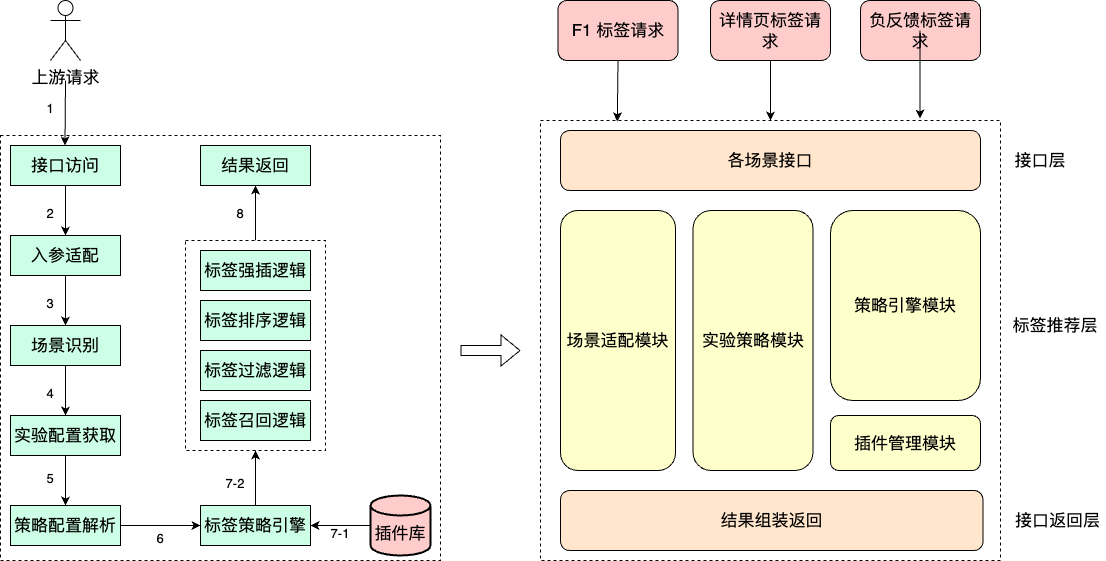
Before: work-draw-file/标签引擎架构图.png, a diagram exported from draw.io (liujunao/draw-data). Source tidied: cells renumbered, new cells last; positions are measured from the earlier drawing's top-left corner, leaving out a move shared by most shapes.
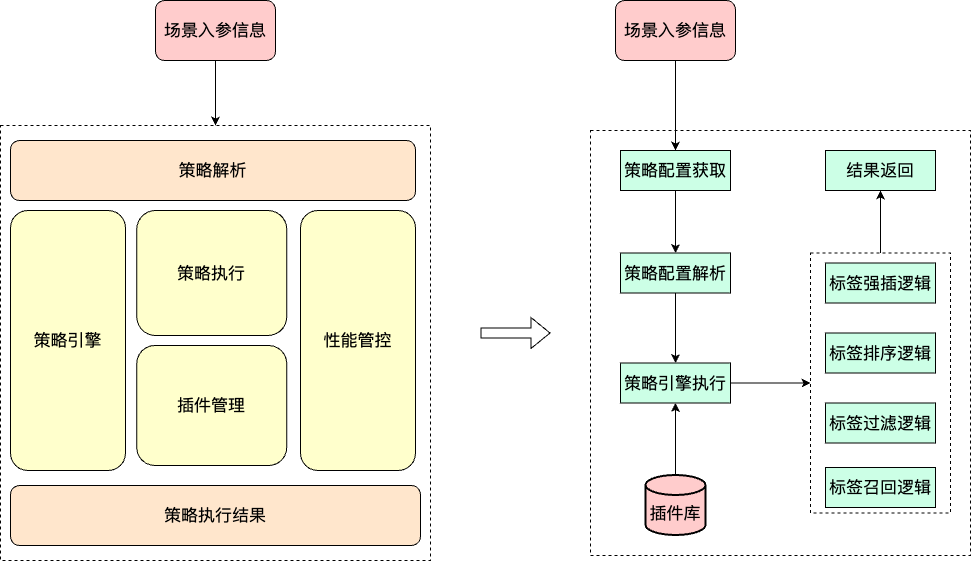
The same file after the commit.

Commit message:
更新标签引擎架构图.png

What changed in the source:
```diff
@@ -3,163 +3,91 @@
     <mxCell id="0" />
     <mxCell id="1" parent="0" />
     <mxCell id="2" style="rounded=0;whiteSpace=wrap;html=1;dashed=1;" parent="1" vertex="1">
-      <mxGeometry y="135" width="440" height="425" as="geometry" />
+      <mxGeometry x="310" y="90" width="380" height="425" as="geometry" />
     </mxCell>
     <mxCell id="3" style="edgeStyle=orthogonalEdgeStyle;rounded=0;jettySize=auto;html=1;exitX=0.5;exitY=0;exitDx=0;exitDy=0;entryX=0.5;entryY=1;entryDx=0;entryDy=0;" parent="1" edge="1" source="4" target="34">
       <mxGeometry relative="1" as="geometry" />
     </mxCell>
     <mxCell id="4" style="rounded=0;whiteSpace=wrap;html=1;dashed=1;" parent="1" vertex="1">
-      <mxGeometry x="185" y="240" width="140" height="210" as="geometry" />
+      <mxGeometry x="530" y="212.5" width="140" height="260" as="geometry" />
     </mxCell>
     <mxCell id="5" style="rounded=0;whiteSpace=wrap;html=1;dashed=1;" parent="1" vertex="1">
-      <mxGeometry x="540" y="120" width="460" height="440" as="geometry" />
+      <mxGeometry x="-280" y="85" width="430" height="435" as="geometry" />
     </mxCell>
+    <mxCell id="14" style="edgeStyle=orthogonalEdgeStyle;rounded=0;jettySize=auto;html=1;exitX=0.5;exitY=1;exitDx=0;exitDy=0;entryX=0.5;entryY=0;entryDx=0;entryDy=0;" parent="1" edge="1" source="6" target="5">
+      <mxGeometry relative="1" as="geometry" />
+    </mxCell>
-    <mxCell id="6" value="&lt;font size=&quot;3&quot;&gt;F1 标签请求&lt;/font&gt;" style="rounded=1;whiteSpace=wrap;html=1;fillColor=#FFCCCC;" parent="1" vertex="1">
-      <mxGeometry x="557.5" width="120" height="60" as="geometry" />
+    <mxCell id="6" value="&lt;font size=&quot;3&quot;&gt;场景入参信息&lt;/font&gt;" style="rounded=1;whiteSpace=wrap;html=1;fillColor=#FFCCCC;" parent="1" vertex="1">
+      <mxGeometry x="-125" y="-40" width="120" height="60" as="geometry" />
     </mxCell>
-    <mxCell id="7" value="&lt;font size=&quot;3&quot;&gt;详情页标签请求&lt;/font&gt;" style="rounded=1;whiteSpace=wrap;html=1;fillColor=#FFCCCC;" parent="1" vertex="1">
-      <mxGeometry x="710" width="120" height="60" as="geometry" />
-    </mxCell>
-    <mxCell id="8" value="&lt;font size=&quot;3&quot;&gt;负反馈标签请求&lt;/font&gt;" style="rounded=1;whiteSpace=wrap;html=1;fillColor=#FFCCCC;" parent="1" vertex="1">
-      <mxGeometry x="860" width="120" height="60" as="geometry" />
-    </mxCell>
-    <mxCell id="9" value="&lt;font size=&quot;3&quot;&gt;场景适配模块&lt;/font&gt;" style="rounded=1;whiteSpace=wrap;html=1;fillColor=#FFFFCC;" parent="1" vertex="1">
-      <mxGeometry x="560" y="210" width="115" height="260" as="geometry" />
+    <mxCell id="9" value="&lt;font size=&quot;3&quot;&gt;策略引擎&lt;/font&gt;" style="rounded=1;whiteSpace=wrap;html=1;fillColor=#FFFFCC;" parent="1" vertex="1">
+      <mxGeometry x="-270" y="170" width="115" height="260" as="geometry" />
     </mxCell>
-    <mxCell id="10" value="&lt;font size=&quot;3&quot;&gt;实验策略模块&lt;/font&gt;" style="rounded=1;whiteSpace=wrap;html=1;fillColor=#FFFFCC;" parent="1" vertex="1">
-      <mxGeometry x="692.5" y="210" width="120" height="260" as="geometry" />
-    </mxCell>
-    <mxCell id="11" value="&lt;font size=&quot;3&quot;&gt;策略引擎模块&lt;/font&gt;" style="rounded=1;whiteSpace=wrap;html=1;fillColor=#FFFFCC;" parent="1" vertex="1">
-      <mxGeometry x="830" y="210" width="150" height="190" as="geometry" />
+    <mxCell id="11" value="&lt;font size=&quot;3&quot;&gt;策略执行&lt;/font&gt;" style="rounded=1;whiteSpace=wrap;html=1;fillColor=#FFFFCC;" parent="1" vertex="1">
+      <mxGeometry x="-143.8" y="170" width="150" height="125" as="geometry" />
     </mxCell>
-    <mxCell id="12" value="&lt;font size=&quot;3&quot;&gt;各场景接口&lt;/font&gt;" style="rounded=1;whiteSpace=wrap;html=1;fillColor=#FFE6CC;" parent="1" vertex="1">
-      <mxGeometry x="560" y="130" width="420" height="60" as="geometry" />
+    <mxCell id="12" value="&lt;font size=&quot;3&quot;&gt;策略解析&lt;/font&gt;" style="rounded=1;whiteSpace=wrap;html=1;fillColor=#FFE6CC;" parent="1" vertex="1">
+      <mxGeometry x="-270" y="100" width="405" height="60" as="geometry" />
     </mxCell>
-    <mxCell id="13" value="&lt;font size=&quot;3&quot;&gt;结果组装返回&lt;/font&gt;" style="rounded=1;whiteSpace=wrap;html=1;fillColor=#FFE6CC;" parent="1" vertex="1">
-      <mxGeometry x="560" y="490" width="422.5" height="60" as="geometry" />
+    <mxCell id="13" value="&lt;font size=&quot;3&quot;&gt;策略执行结果&lt;/font&gt;" style="rounded=1;whiteSpace=wrap;html=1;fillColor=#FFE6CC;" parent="1" vertex="1">
+      <mxGeometry x="-270" y="445" width="410" height="60" as="geometry" />
     </mxCell>
-    <mxCell id="14" style="endArrow=classic;html=1;rounded=0;exitX=0.5;exitY=1;exitDx=0;exitDy=0;entryX=0.167;entryY=0.002;entryDx=0;entryDy=0;entryPerimeter=0;" parent="1" edge="1" source="6" target="5">
-      <mxGeometry relative="1" as="geometry" />
-    </mxCell>
-    <mxCell id="15" style="endArrow=classic;html=1;rounded=0;entryX=0.5;entryY=0;entryDx=0;entryDy=0;" parent="1" edge="1" source="7" target="5">
-      <mxGeometry relative="1" as="geometry" />
-    </mxCell>
-    <mxCell id="16" style="endArrow=classic;html=1;rounded=0;exitX=0.5;exitY=1;exitDx=0;exitDy=0;entryX=0.143;entryY=-0.005;entryDx=0;entryDy=0;entryPerimeter=0;" parent="1" edge="1">
-      <mxGeometry relative="1" as="geometry">
-        <mxPoint x="919.5" y="30" as="sourcePoint" />
-        <mxPoint x="919.5" y="118" as="targetPoint" />
-      </mxGeometry>
-    </mxCell>
-    <mxCell id="17" value="&lt;font size=&quot;3&quot;&gt;接口层&lt;/font&gt;" style="text;html=1;strokeColor=none;fillColor=none;align=center;verticalAlign=middle;whiteSpace=wrap;rounded=0;" parent="1" vertex="1">
-      <mxGeometry x="1010" y="145" width="60" height="30" as="geometry" />
-    </mxCell>
-    <mxCell id="18" value="&lt;font size=&quot;3&quot;&gt;标签推荐层&lt;/font&gt;" style="text;html=1;strokeColor=none;fillColor=none;align=center;verticalAlign=middle;whiteSpace=wrap;rounded=0;" parent="1" vertex="1">
-      <mxGeometry x="1010" y="310" width="90" height="30" as="geometry" />
-    </mxCell>
-    <mxCell id="19" value="&lt;font size=&quot;3&quot;&gt;接口返回层&lt;/font&gt;" style="text;html=1;strokeColor=none;fillColor=none;align=center;verticalAlign=middle;whiteSpace=wrap;rounded=0;" parent="1" vertex="1">
-      <mxGeometry x="1010" y="505" width="95" height="30" as="geometry" />
-    </mxCell>
-    <mxCell id="20" style="edgeStyle=orthogonalEdgeStyle;rounded=0;jettySize=auto;html=1;exitX=0.5;exitY=1;exitDx=0;exitDy=0;" parent="1" edge="1" source="21" target="23">
-      <mxGeometry relative="1" as="geometry" />
-    </mxCell>
-    <mxCell id="21" value="&lt;font size=&quot;3&quot;&gt;接口访问&lt;/font&gt;" style="rounded=0;whiteSpace=wrap;html=1;fillColor=#CCFFE6;" parent="1" vertex="1">
-      <mxGeometry x="10" y="145" width="110" height="40" as="geometry" />
-    </mxCell>
-    <mxCell id="22" style="edgeStyle=orthogonalEdgeStyle;rounded=0;jettySize=auto;html=1;exitX=0.5;exitY=1;exitDx=0;exitDy=0;entryX=0.5;entryY=0;entryDx=0;entryDy=0;" parent="1" edge="1" source="23" target="25">
-      <mxGeometry relative="1" as="geometry" />
-    </mxCell>
-    <mxCell id="23" value="&lt;font size=&quot;3&quot;&gt;入参适配&lt;/font&gt;" style="rounded=0;whiteSpace=wrap;html=1;fillColor=#CCFFE6;" parent="1" vertex="1">
-      <mxGeometry x="10" y="235" width="110" height="40" as="geometry" />
-    </mxCell>
-    <mxCell id="24" style="edgeStyle=orthogonalEdgeStyle;rounded=0;jettySize=auto;html=1;exitX=0.5;exitY=1;exitDx=0;exitDy=0;entryX=0.5;entryY=0;entryDx=0;entryDy=0;" parent="1" edge="1" source="25" target="27">
-      <mxGeometry relative="1" as="geometry" />
-    </mxCell>
-    <mxCell id="25" value="&lt;font size=&quot;3&quot;&gt;场景识别&lt;/font&gt;" style="rounded=0;whiteSpace=wrap;html=1;fillColor=#CCFFE6;" parent="1" vertex="1">
-      <mxGeometry x="10" y="325" width="110" height="40" as="geometry" />
-    </mxCell>
     <mxCell id="26" style="edgeStyle=orthogonalEdgeStyle;rounded=0;jettySize=auto;html=1;exitX=0.5;exitY=1;exitDx=0;exitDy=0;entryX=0.5;entryY=0;entryDx=0;entryDy=0;" parent="1" edge="1" source="27" target="29">
       <mxGeometry relative="1" as="geometry" />
     </mxCell>
-    <mxCell id="27" value="&lt;font size=&quot;3&quot;&gt;实验配置获取&lt;/font&gt;" style="rounded=0;whiteSpace=wrap;html=1;fillColor=#CCFFE6;" parent="1" vertex="1">
-      <mxGeometry x="10" y="415" width="110" height="40" as="geometry" />
+    <mxCell id="27" value="&lt;font size=&quot;3&quot;&gt;策略配置获取&lt;/font&gt;" style="rounded=0;whiteSpace=wrap;html=1;fillColor=#CCFFE6;" parent="1" vertex="1">
+      <mxGeometry x="340" y="110" width="110" height="40" as="geometry" />
     </mxCell>
-    <mxCell id="28" style="edgeStyle=orthogonalEdgeStyle;rounded=0;jettySize=auto;html=1;exitX=1;exitY=0.5;exitDx=0;exitDy=0;entryX=0;entryY=0.5;entryDx=0;entryDy=0;" parent="1" edge="1" source="29" target="45">
+    <mxCell id="28" style="edgeStyle=orthogonalEdgeStyle;rounded=0;jettySize=auto;html=1;exitX=0.5;exitY=1;exitDx=0;exitDy=0;" parent="1" edge="1" source="29" target="45">
       <mxGeometry relative="1" as="geometry" />
     </mxCell>
     <mxCell id="29" value="&lt;font size=&quot;3&quot;&gt;策略配置解析&lt;/font&gt;" style="rounded=0;whiteSpace=wrap;html=1;fillColor=#CCFFE6;" parent="1" vertex="1">
-      <mxGeometry x="10" y="505" width="110" height="40" as="geometry" />
+      <mxGeometry x="340" y="212.5" width="110" height="40" as="geometry" />
     </mxCell>
     <mxCell id="30" value="&lt;font size=&quot;3&quot;&gt;标签召回逻辑&lt;/font&gt;" style="rounded=0;whiteSpace=wrap;html=1;fillColor=#CCFFE6;" parent="1" vertex="1">
-      <mxGeometry x="200" y="400" width="110" height="40" as="geometry" />
+      <mxGeometry x="545" y="427" width="110" height="40" as="geometry" />
     </mxCell>
     <mxCell id="31" value="&lt;font size=&quot;3&quot;&gt;标签过滤逻辑&lt;/font&gt;" style="rounded=0;whiteSpace=wrap;html=1;fillColor=#CCFFE6;" parent="1" vertex="1">
-      <mxGeometry x="200" y="350" width="110" height="40" as="geometry" />
+      <mxGeometry x="545" y="362.5" width="110" height="40" as="geometry" />
     </mxCell>
     <mxCell id="32" value="&lt;font size=&quot;3&quot;&gt;标签排序逻辑&lt;/font&gt;" style="rounded=0;whiteSpace=wrap;html=1;fillColor=#CCFFE6;" parent="1" vertex="1">
-      <mxGeometry x="200" y="300" width="110" height="40" as="geometry" />
+      <mxGeometry x="545" y="292.5" width="110" height="40" as="geometry" />
     </mxCell>
     <mxCell id="33" value="&lt;font size=&quot;3&quot;&gt;标签强插逻辑&lt;/font&gt;" style="rounded=0;whiteSpace=wrap;html=1;fillColor=#CCFFE6;" parent="1" vertex="1">
-      <mxGeometry x="200" y="250" width="110" height="40" as="geometry" />
+      <mxGeometry x="545" y="222.5" width="110" height="40" as="geometry" />
     </mxCell>
     <mxCell id="34" value="&lt;font size=&quot;3&quot;&gt;结果返回&lt;/font&gt;" style="rounded=0;whiteSpace=wrap;html=1;fillColor=#CCFFE6;" parent="1" vertex="1">
-      <mxGeometry x="200" y="145" width="110" height="40" as="geometry" />
+      <mxGeometry x="545" y="110" width="110" height="40" as="geometry" />
     </mxCell>
-    <mxCell id="35" value="&lt;font style=&quot;font-size: 17px;&quot;&gt;上游请求&lt;/font&gt;" style="shape=umlActor;verticalLabelPosition=bottom;verticalAlign=top;html=1;" parent="1" vertex="1">
-      <mxGeometry x="50" width="30" height="60" as="geometry" />
-    </mxCell>
-    <mxCell id="36" style="endArrow=classic;html=1;rounded=0;" parent="1" edge="1">
-      <mxGeometry relative="1" as="geometry">
-        <mxPoint x="65" y="80" as="sourcePoint" />
-        <mxPoint x="64.5" y="145" as="targetPoint" />
-      </mxGeometry>
-    </mxCell>
-    <mxCell id="37" value="1" style="text;html=1;strokeColor=none;fillColor=none;align=center;verticalAlign=middle;whiteSpace=wrap;rounded=0;" parent="1" vertex="1">
-      <mxGeometry x="40" y="95" width="20" height="25" as="geometry" />
-    </mxCell>
-    <mxCell id="38" value="2" style="text;html=1;strokeColor=none;fillColor=none;align=center;verticalAlign=middle;whiteSpace=wrap;rounded=0;" parent="1" vertex="1">
-      <mxGeometry x="40" y="200" width="20" height="25" as="geometry" />
-    </mxCell>
-    <mxCell id="39" value="3" style="text;html=1;strokeColor=none;fillColor=none;align=center;verticalAlign=middle;whiteSpace=wrap;rounded=0;" parent="1" vertex="1">
-      <mxGeometry x="40" y="290" width="20" height="25" as="geometry" />
-    </mxCell>
-    <mxCell id="40" value="4" style="text;html=1;strokeColor=none;fillColor=none;align=center;verticalAlign=middle;whiteSpace=wrap;rounded=0;" parent="1" vertex="1">
-      <mxGeometry x="40" y="380" width="20" height="25" as="geometry" />
-    </mxCell>
-    <mxCell id="41" value="5" style="text;html=1;strokeColor=none;fillColor=none;align=center;verticalAlign=middle;whiteSpace=wrap;rounded=0;" parent="1" vertex="1">
-      <mxGeometry x="40" y="465" width="20" height="25" as="geometry" />
-    </mxCell>
-    <mxCell id="42" value="6" style="text;html=1;strokeColor=none;fillColor=none;align=center;verticalAlign=middle;whiteSpace=wrap;rounded=0;" parent="1" vertex="1">
-      <mxGeometry x="150" y="525" width="20" height="25" as="geometry" />
-    </mxCell>
-    <mxCell id="43" style="shape=flexArrow;endArrow=classic;html=1;rounded=0;" parent="1" edge="1">
-      <mxGeometry relative="1" as="geometry">
-        <mxPoint x="460" y="350" as="sourcePoint" />
-        <mxPoint x="520" y="350" as="targetPoint" />
-      </mxGeometry>
-    </mxCell>
-    <mxCell id="44" style="edgeStyle=orthogonalEdgeStyle;rounded=0;jettySize=auto;html=1;exitX=0.5;exitY=0;exitDx=0;exitDy=0;entryX=0.5;entryY=1;entryDx=0;entryDy=0;" parent="1" edge="1" source="45" target="4">
+    <mxCell id="44" style="edgeStyle=orthogonalEdgeStyle;rounded=0;jettySize=auto;html=1;exitX=1;exitY=0.5;exitDx=0;exitDy=0;entryX=0;entryY=0.5;entryDx=0;entryDy=0;" parent="1" edge="1" source="45" target="4">
       <mxGeometry relative="1" as="geometry" />
     </mxCell>
-    <mxCell id="45" value="&lt;font size=&quot;3&quot;&gt;标签策略引擎&lt;/font&gt;" style="rounded=0;whiteSpace=wrap;html=1;fillColor=#CCFFE6;" parent="1" vertex="1">
-      <mxGeometry x="200" y="505" width="110" height="40" as="geometry" />
+    <mxCell id="45" value="&lt;font size=&quot;3&quot;&gt;策略引擎执行&lt;/font&gt;" style="rounded=0;whiteSpace=wrap;html=1;fillColor=#CCFFE6;" parent="1" vertex="1">
+      <mxGeometry x="340" y="322.5" width="110" height="40" as="geometry" />
     </mxCell>
-    <mxCell id="46" style="edgeStyle=orthogonalEdgeStyle;rounded=0;jettySize=auto;html=1;exitX=0;exitY=0.5;exitDx=0;exitDy=0;exitPerimeter=0;entryX=1;entryY=0.5;entryDx=0;entryDy=0;" parent="1" edge="1" source="47" target="45">
+    <mxCell id="46" style="edgeStyle=orthogonalEdgeStyle;rounded=0;jettySize=auto;html=1;exitX=0.5;exitY=0;exitDx=0;exitDy=0;exitPerimeter=0;entryX=0.5;entryY=1;entryDx=0;entryDy=0;" parent="1" edge="1" source="47" target="45">
       <mxGeometry relative="1" as="geometry" />
     </mxCell>
     <mxCell id="47" value="&lt;br&gt;&lt;font size=&quot;3&quot;&gt;插件库&lt;/font&gt;" style="strokeWidth=2;html=1;shape=mxgraph.flowchart.database;whiteSpace=wrap;fillColor=#FFCCCC;" parent="1" vertex="1">
-      <mxGeometry x="370" y="495" width="60" height="60" as="geometry" />
+      <mxGeometry x="365" y="434.5" width="60" height="60" as="geometry" />
     </mxCell>
-    <mxCell id="48" value="7-2" style="text;html=1;strokeColor=none;fillColor=none;align=center;verticalAlign=middle;whiteSpace=wrap;rounded=0;" parent="1" vertex="1">
-      <mxGeometry x="220" y="470" width="30" height="25" as="geometry" />
-    </mxCell>
-    <mxCell id="49" value="7-1" style="text;html=1;strokeColor=none;fillColor=none;align=center;verticalAlign=middle;whiteSpace=wrap;rounded=0;" parent="1" vertex="1">
-      <mxGeometry x="325" y="520" width="30" height="25" as="geometry" />
-    </mxCell>
-    <mxCell id="50" value="8" style="text;html=1;strokeColor=none;fillColor=none;align=center;verticalAlign=middle;whiteSpace=wrap;rounded=0;" parent="1" vertex="1">
-      <mxGeometry x="230" y="200" width="20" height="25" as="geometry" />
-    </mxCell>
-    <mxCell id="51" value="&lt;font size=&quot;3&quot;&gt;插件管理模块&lt;/font&gt;" style="rounded=1;whiteSpace=wrap;html=1;fillColor=#FFFFCC;" parent="1" vertex="1">
-      <mxGeometry x="830" y="415" width="150" height="55" as="geometry" />
+    <mxCell id="51" value="&lt;font size=&quot;3&quot;&gt;插件管理&lt;/font&gt;" style="rounded=1;whiteSpace=wrap;html=1;fillColor=#FFFFCC;" parent="1" vertex="1">
+      <mxGeometry x="-143.8" y="305" width="150" height="120" as="geometry" />
     </mxCell>
+    <mxCell id="52" value="&lt;font size=&quot;3&quot;&gt;性能管控&lt;/font&gt;" style="rounded=1;whiteSpace=wrap;html=1;fillColor=#FFFFCC;" parent="1" vertex="1">
+      <mxGeometry x="20" y="170" width="115" height="260" as="geometry" />
+    </mxCell>
+    <mxCell id="53" style="edgeStyle=orthogonalEdgeStyle;rounded=0;jettySize=auto;html=1;exitX=0.5;exitY=1;exitDx=0;exitDy=0;entryX=0.5;entryY=0;entryDx=0;entryDy=0;" parent="1" edge="1" source="54" target="27">
+      <mxGeometry relative="1" as="geometry" />
+    </mxCell>
+    <mxCell id="54" value="&lt;font size=&quot;3&quot;&gt;场景入参信息&lt;/font&gt;" style="rounded=1;whiteSpace=wrap;html=1;fillColor=#FFCCCC;" parent="1" vertex="1">
+      <mxGeometry x="335" y="-40" width="120" height="60" as="geometry" />
+    </mxCell>
+    <mxCell id="55" style="shape=flexArrow;endArrow=classic;html=1;rounded=0;" parent="1" edge="1">
+      <mxGeometry relative="1" as="geometry">
+        <mxPoint x="200" y="292.5" as="sourcePoint" />
+        <mxPoint x="270" y="292.5" as="targetPoint" />
+      </mxGeometry>
+    </mxCell>
   </root>
 </mxGraphModel>
```
